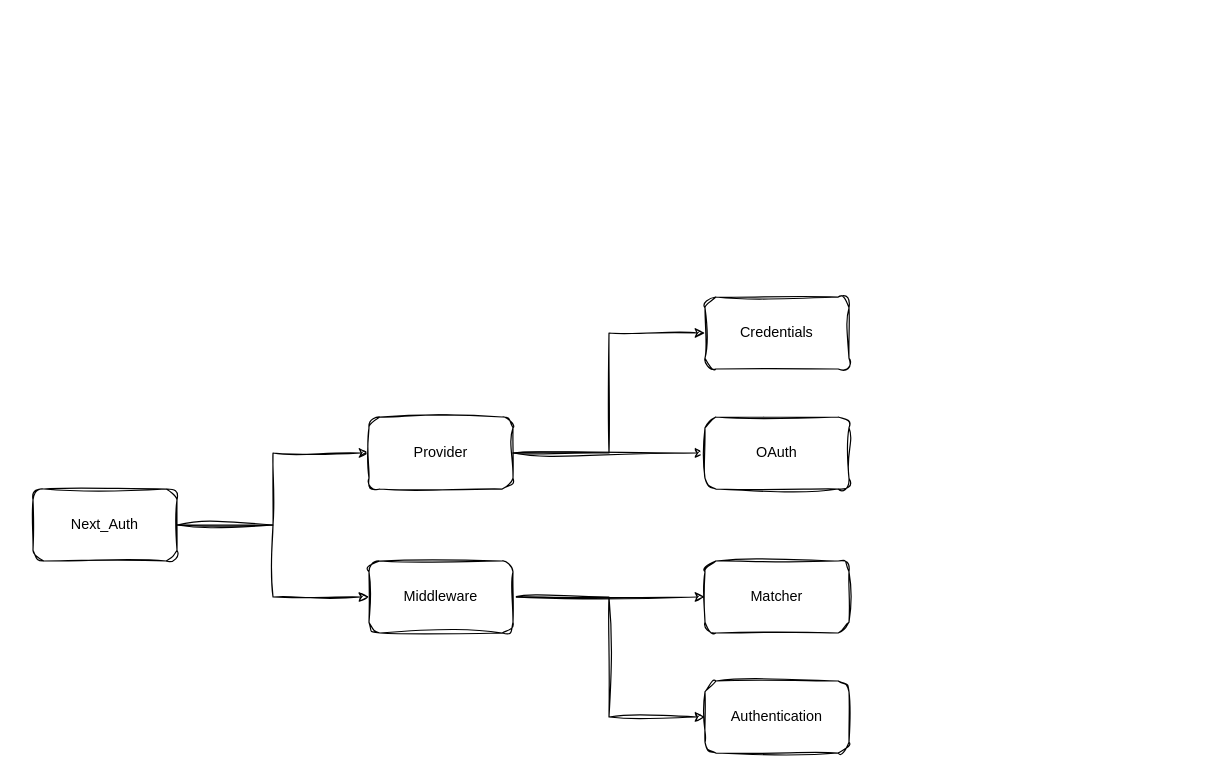
This is 01.개인공부/nextjs_공부내용.drawio from CodingGamePlayer/CodingGamePlayer, a draw.io file, before an edit. Source tidied: cells renumbered, new cells numbered last; positions are measured from the earlier drawing's top-left corner, leaving out a move shared by most shapes. Both pictures are drawn from the tidied source at 120%, with x=0, y=0 at pixel (32, 296).
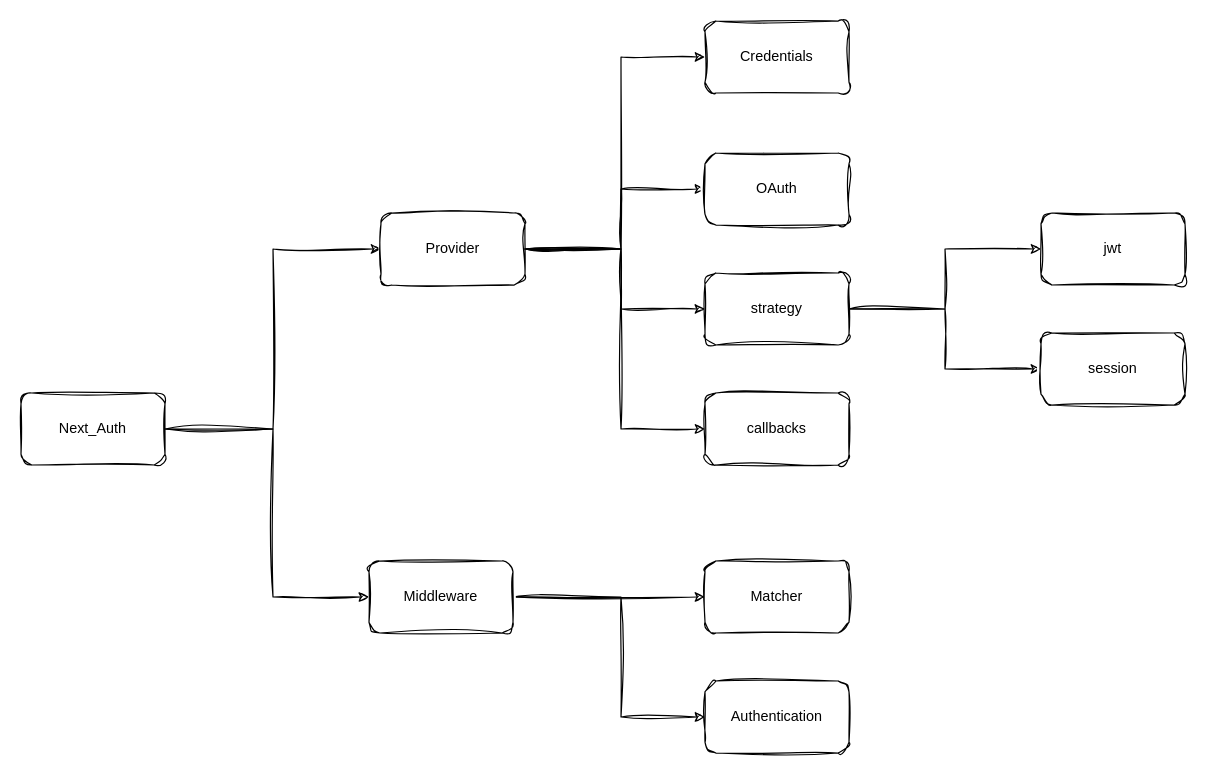
The same diagram, later.

Commit message (it also covers changes not shown here):
nextjs_공부내용.drawio 업데이트

The change refers to these unchanged cells:
```xml
<mxCell id="10" value="Middleware" style="rounded=1;whiteSpace=wrap;html=1;sketch=1;curveFitting=1;jiggle=2;" parent="1" vertex="1">
  <mxGeometry x="280" y="220" width="120" height="60" as="geometry" />
</mxCell>
<mxCell id="14" value="Authentication" style="rounded=1;whiteSpace=wrap;html=1;sketch=1;curveFitting=1;jiggle=2;" parent="1" vertex="1">
  <mxGeometry x="560" y="320" width="120" height="60" as="geometry" />
</mxCell>
```

The edit, as a diff of the source:
```diff
@@
     <mxCell id="2" style="edgeStyle=orthogonalEdgeStyle;rounded=0;jettySize=auto;html=1;entryX=0;entryY=0.5;entryDx=0;entryDy=0;sketch=1;curveFitting=1;jiggle=2;" parent="1" edge="1" source="4" target="7">
-      <mxGeometry relative="1" as="geometry" />
+      <mxGeometry relative="1" as="geometry">
+        <Array as="points">
+          <mxPoint x="200" y="110" />
+          <mxPoint x="200" y="-40" />
+        </Array>
+      </mxGeometry>
     </mxCell>
     <mxCell id="3" style="edgeStyle=orthogonalEdgeStyle;rounded=0;jettySize=auto;html=1;entryX=0;entryY=0.5;entryDx=0;entryDy=0;sketch=1;curveFitting=1;jiggle=2;" parent="1" edge="1" source="4" target="10">
-      <mxGeometry relative="1" as="geometry" />
+      <mxGeometry relative="1" as="geometry">
+        <Array as="points">
+          <mxPoint x="200" y="110" />
+          <mxPoint x="200" y="250" />
+        </Array>
+      </mxGeometry>
     </mxCell>
     <mxCell id="4" value="Next_Auth" style="rounded=1;whiteSpace=wrap;html=1;sketch=1;curveFitting=1;jiggle=2;" parent="1" vertex="1">
-      <mxGeometry y="160" width="120" height="60" as="geometry" />
+      <mxGeometry x="-10" y="80" width="120" height="60" as="geometry" />
     </mxCell>
     <mxCell id="5" style="edgeStyle=orthogonalEdgeStyle;rounded=0;sketch=1;jiggle=2;curveFitting=1;jettySize=auto;html=1;strokeColor=default;align=center;verticalAlign=middle;fontFamily=Helvetica;fontSize=11;fontColor=default;labelBackgroundColor=default;endArrow=classic;" parent="1" edge="1" source="7" target="11">
       <mxGeometry relative="1" as="geometry">
         <Array as="points">
-          <mxPoint x="480" y="130" />
-          <mxPoint x="480" y="30" />
+          <mxPoint x="490" y="-40" />
+          <mxPoint x="490" y="-200" />
         </Array>
       </mxGeometry>
     </mxCell>
     <mxCell id="6" style="edgeStyle=orthogonalEdgeStyle;rounded=0;sketch=1;jiggle=2;curveFitting=1;jettySize=auto;html=1;strokeColor=default;align=center;verticalAlign=middle;fontFamily=Helvetica;fontSize=11;fontColor=default;labelBackgroundColor=default;endArrow=classic;" parent="1" edge="1" source="7" target="12">
-      <mxGeometry relative="1" as="geometry" />
+      <mxGeometry relative="1" as="geometry">
+        <Array as="points">
+          <mxPoint x="490" y="-40" />
+          <mxPoint x="490" y="-90" />
+        </Array>
+      </mxGeometry>
     </mxCell>
+    <mxCell id="15" style="edgeStyle=orthogonalEdgeStyle;rounded=0;sketch=1;jiggle=2;curveFitting=1;jettySize=auto;html=1;strokeColor=default;align=center;verticalAlign=middle;fontFamily=Helvetica;fontSize=11;fontColor=default;labelBackgroundColor=default;endArrow=classic;" parent="1" edge="1" source="7" target="19">
+      <mxGeometry relative="1" as="geometry">
+        <Array as="points">
+          <mxPoint x="490" y="-40" />
+          <mxPoint x="490" y="10" />
+        </Array>
+      </mxGeometry>
+    </mxCell>
+    <mxCell id="16" style="edgeStyle=orthogonalEdgeStyle;rounded=0;sketch=1;jiggle=2;curveFitting=1;jettySize=auto;html=1;strokeColor=default;align=center;verticalAlign=middle;fontFamily=Helvetica;fontSize=11;fontColor=default;labelBackgroundColor=default;endArrow=classic;" parent="1" edge="1" source="7" target="20">
+      <mxGeometry relative="1" as="geometry">
+        <Array as="points">
+          <mxPoint x="490" y="-40" />
+          <mxPoint x="490" y="110" />
+        </Array>
+      </mxGeometry>
+    </mxCell>
     <mxCell id="7" value="Provider" style="rounded=1;whiteSpace=wrap;html=1;sketch=1;curveFitting=1;jiggle=2;" parent="1" vertex="1">
-      <mxGeometry x="280" y="100" width="120" height="60" as="geometry" />
+      <mxGeometry x="290" y="-70" width="120" height="60" as="geometry" />
     </mxCell>
@@
     <mxCell id="9" style="edgeStyle=orthogonalEdgeStyle;rounded=0;sketch=1;jiggle=2;curveFitting=1;jettySize=auto;html=1;entryX=0;entryY=0.5;entryDx=0;entryDy=0;strokeColor=default;align=center;verticalAlign=middle;fontFamily=Helvetica;fontSize=11;fontColor=default;labelBackgroundColor=default;endArrow=classic;" parent="1" edge="1" source="10" target="14">
-      <mxGeometry relative="1" as="geometry" />
+      <mxGeometry relative="1" as="geometry">
+        <Array as="points">
+          <mxPoint x="490" y="250" />
+          <mxPoint x="490" y="350" />
+        </Array>
+      </mxGeometry>
     </mxCell>
@@
     <mxCell id="11" value="Credentials" style="rounded=1;whiteSpace=wrap;html=1;sketch=1;curveFitting=1;jiggle=2;" parent="1" vertex="1">
-      <mxGeometry x="560" width="120" height="60" as="geometry" />
+      <mxGeometry x="560" y="-230" width="120" height="60" as="geometry" />
     </mxCell>
     <mxCell id="12" value="OAuth" style="rounded=1;whiteSpace=wrap;html=1;sketch=1;curveFitting=1;jiggle=2;" parent="1" vertex="1">
-      <mxGeometry x="560" y="100" width="120" height="60" as="geometry" />
+      <mxGeometry x="560" y="-120" width="120" height="60" as="geometry" />
     </mxCell>
@@
+    <mxCell id="17" style="edgeStyle=orthogonalEdgeStyle;rounded=0;sketch=1;jiggle=2;curveFitting=1;jettySize=auto;html=1;strokeColor=default;align=center;verticalAlign=middle;fontFamily=Helvetica;fontSize=11;fontColor=default;labelBackgroundColor=default;endArrow=classic;" parent="1" edge="1" source="19" target="21">
+      <mxGeometry relative="1" as="geometry" />
+    </mxCell>
+    <mxCell id="18" style="edgeStyle=orthogonalEdgeStyle;rounded=0;sketch=1;jiggle=2;curveFitting=1;jettySize=auto;html=1;entryX=0;entryY=0.5;entryDx=0;entryDy=0;strokeColor=default;align=center;verticalAlign=middle;fontFamily=Helvetica;fontSize=11;fontColor=default;labelBackgroundColor=default;endArrow=classic;" parent="1" edge="1" source="19" target="22">
+      <mxGeometry relative="1" as="geometry" />
+    </mxCell>
+    <mxCell id="19" value="strategy" style="rounded=1;whiteSpace=wrap;html=1;sketch=1;curveFitting=1;jiggle=2;" parent="1" vertex="1">
+      <mxGeometry x="560" y="-20" width="120" height="60" as="geometry" />
+    </mxCell>
+    <mxCell id="20" value="callbacks" style="rounded=1;whiteSpace=wrap;html=1;sketch=1;curveFitting=1;jiggle=2;" parent="1" vertex="1">
+      <mxGeometry x="560" y="80" width="120" height="60" as="geometry" />
+    </mxCell>
+    <mxCell id="21" value="jwt" style="rounded=1;whiteSpace=wrap;html=1;sketch=1;curveFitting=1;jiggle=2;" parent="1" vertex="1">
+      <mxGeometry x="840" y="-70" width="120" height="60" as="geometry" />
+    </mxCell>
+    <mxCell id="22" value="session" style="rounded=1;whiteSpace=wrap;html=1;sketch=1;curveFitting=1;jiggle=2;" parent="1" vertex="1">
+      <mxGeometry x="840" y="30" width="120" height="60" as="geometry" />
+    </mxCell>
```
